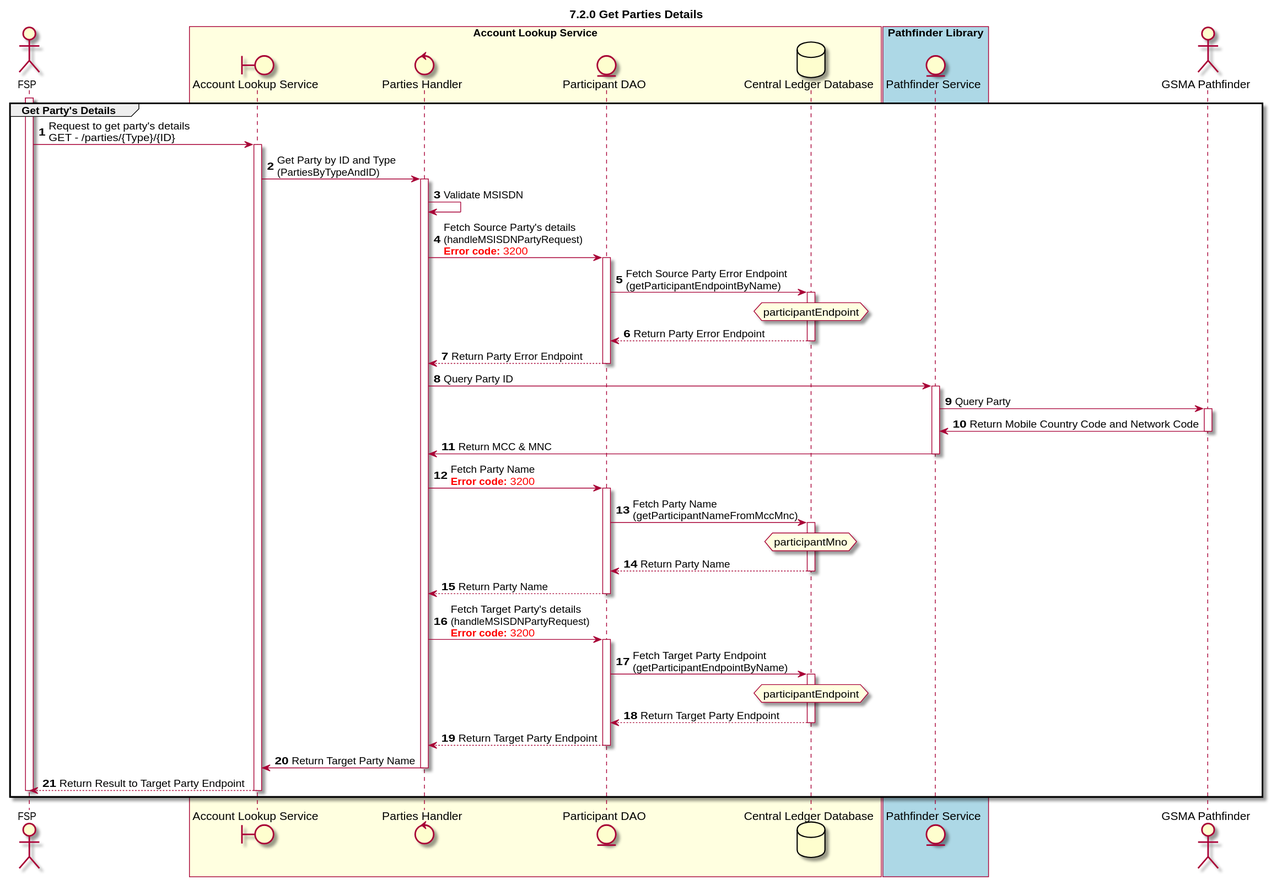
ggrg/docs keeps this PlantUML diagram as Diagrams/SequenceDiagrams/seq-acct-lookup-get-parties-7.2.0.svg. Above is the earlier version. The source it was exported from:
```plantuml
@startuml
title 7.2.0 Get Parties Details

autonumber

actor "FSP" as FSP
boundary "Account Lookup Service" as ALS
control "Parties Handler" as PARTIES_HANDLER
entity "Account Lookup Service API" as ALS
entity "Participant DAO" as PARTICIPANT_DAO
database "Central Ledger Database" as DB
entity "Pathfinder Service" as PATHFINDER_SERVICE
actor "GSMA Pathfinder" as PATHFINDER

box "Account Lookup Service" #LightYellow
participant ALS
participant PARTIES_HANDLER
participant PARTICIPANT_DAO
participant DB
end box

box "Pathfinder Library" #LightBlue
participant PATHFINDER_SERVICE
end box

participant PATHFINDER


activate FSP
group Get Party's Details
    FSP -> ALS: Request to get party's details \nGET - /parties/{Type}/{ID}
    activate ALS
    ALS -> PARTIES_HANDLER: Get Party by ID and Type \n(PartiesByTypeAndID)
    activate PARTIES_HANDLER
    PARTIES_HANDLER ->PARTIES_HANDLER: Validate MSISDN
    PARTIES_HANDLER ->PARTICIPANT_DAO: Fetch Source Party's details \n(handleMSISDNPartyRequest)\n<color #FF0000><b>Error code:</b> 3200</color>
    activate PARTICIPANT_DAO
    PARTICIPANT_DAO -> DB: Fetch Source Party Error Endpoint \n(getParticipantEndpointByName)
    activate DB
    hnote over DB #lightyellow
        participantEndpoint
    end note
    DB --> PARTICIPANT_DAO: Return Party Error Endpoint
    deactivate DB
    PARTICIPANT_DAO --> PARTIES_HANDLER: Return Party Error Endpoint
    deactivate PARTICIPANT_DAO
    PARTIES_HANDLER -> PATHFINDER_SERVICE: Query Party ID
    activate PATHFINDER_SERVICE
    PATHFINDER_SERVICE -> PATHFINDER: Query Party
    activate PATHFINDER
    PATHFINDER -> PATHFINDER_SERVICE: Return Mobile Country Code and Network Code
    deactivate PATHFINDER
    PATHFINDER_SERVICE -> PARTIES_HANDLER: Return MCC & MNC
    deactivate PATHFINDER_SERVICE
    PARTIES_HANDLER ->PARTICIPANT_DAO: Fetch Party Name\n<color #FF0000><b>Error code:</b> 3200</color>
    activate PARTICIPANT_DAO
    PARTICIPANT_DAO -> DB: Fetch Party Name \n(getParticipantNameFromMccMnc)
    activate DB
    hnote over DB #lightyellow
        participantMno
    end note
    DB --> PARTICIPANT_DAO: Return Party Name
    deactivate DB
    PARTICIPANT_DAO --> PARTIES_HANDLER: Return Party Name
    deactivate PARTICIPANT_DAO
    PARTIES_HANDLER ->PARTICIPANT_DAO: Fetch Target Party's details \n(handleMSISDNPartyRequest)\n<color #FF0000><b>Error code:</b> 3200</color>
    activate PARTICIPANT_DAO
    PARTICIPANT_DAO -> DB: Fetch Target Party Endpoint \n(getParticipantEndpointByName)
    activate DB
    hnote over DB #lightyellow
        participantEndpoint
    end note
    DB --> PARTICIPANT_DAO: Return Target Party Endpoint
    deactivate DB
    PARTICIPANT_DAO --> PARTIES_HANDLER: Return Target Party Endpoint
    deactivate PARTICIPANT_DAO
    PARTIES_HANDLER -> ALS: Return Target Party Name
    deactivate PARTIES_HANDLER
    ALS -->FSP: Return Result to Target Party Endpoint
    deactivate ALS
    deactivate FSP
end
@enduml
```
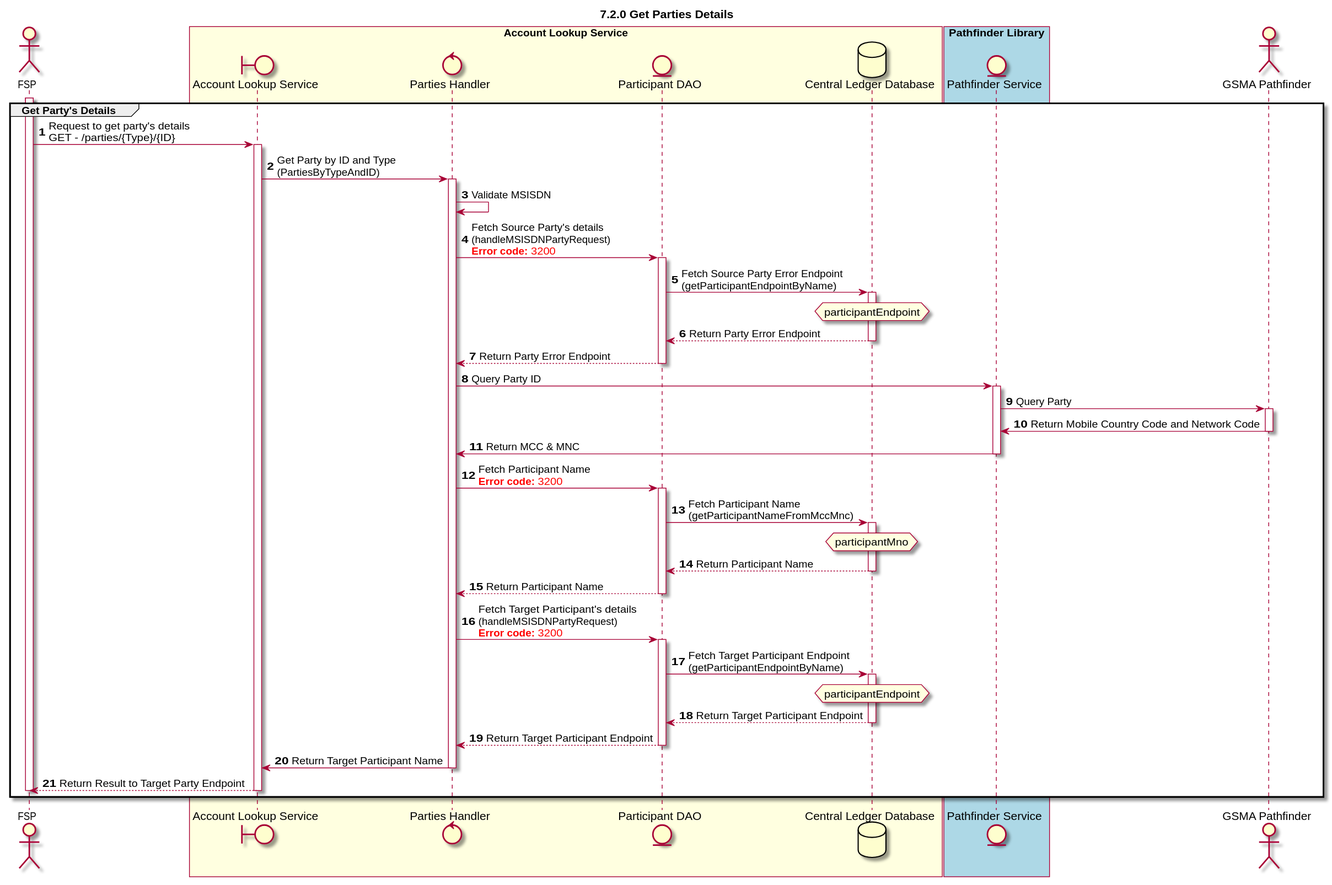
The same diagram one commit later.

The edit, as a diff of the source:
```diff
@@ -52,29 +52,29 @@
     deactivate PATHFINDER
     PATHFINDER_SERVICE -> PARTIES_HANDLER: Return MCC & MNC
     deactivate PATHFINDER_SERVICE
-    PARTIES_HANDLER ->PARTICIPANT_DAO: Fetch Party Name\n<color #FF0000><b>Error code:</b> 3200</color>
+    PARTIES_HANDLER ->PARTICIPANT_DAO: Fetch Participant Name\n<color #FF0000><b>Error code:</b> 3200</color>
     activate PARTICIPANT_DAO
-    PARTICIPANT_DAO -> DB: Fetch Party Name \n(getParticipantNameFromMccMnc)
+    PARTICIPANT_DAO -> DB: Fetch Participant Name \n(getParticipantNameFromMccMnc)
     activate DB
     hnote over DB #lightyellow
         participantMno
     end note
-    DB --> PARTICIPANT_DAO: Return Party Name
+    DB --> PARTICIPANT_DAO: Return Participant Name
     deactivate DB
-    PARTICIPANT_DAO --> PARTIES_HANDLER: Return Party Name
+    PARTICIPANT_DAO --> PARTIES_HANDLER: Return Participant Name
     deactivate PARTICIPANT_DAO
-    PARTIES_HANDLER ->PARTICIPANT_DAO: Fetch Target Party's details \n(handleMSISDNPartyRequest)\n<color #FF0000><b>Error code:</b> 3200</color>
+    PARTIES_HANDLER ->PARTICIPANT_DAO: Fetch Target Participant's details \n(handleMSISDNPartyRequest)\n<color #FF0000><b>Error code:</b> 3200</color>
     activate PARTICIPANT_DAO
-    PARTICIPANT_DAO -> DB: Fetch Target Party Endpoint \n(getParticipantEndpointByName)
+    PARTICIPANT_DAO -> DB: Fetch Target Participant Endpoint \n(getParticipantEndpointByName)
     activate DB
     hnote over DB #lightyellow
         participantEndpoint
     end note
-    DB --> PARTICIPANT_DAO: Return Target Party Endpoint
+    DB --> PARTICIPANT_DAO: Return Target Participant Endpoint
     deactivate DB
-    PARTICIPANT_DAO --> PARTIES_HANDLER: Return Target Party Endpoint
+    PARTICIPANT_DAO --> PARTIES_HANDLER: Return Target Participant Endpoint
     deactivate PARTICIPANT_DAO
-    PARTIES_HANDLER -> ALS: Return Target Party Name
+    PARTIES_HANDLER -> ALS: Return Target Participant Name
     deactivate PARTIES_HANDLER
     ALS -->FSP: Return Result to Target Party Endpoint
     deactivate ALS
```
